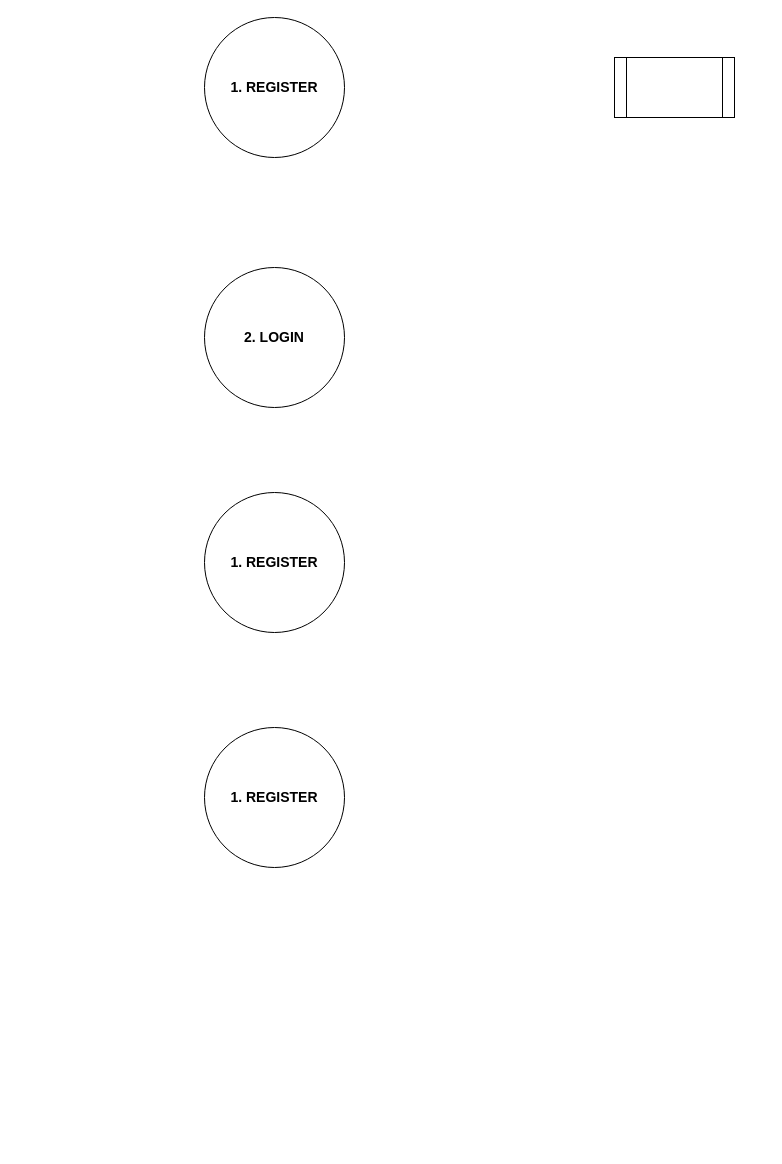
ahmadavrizal/Avrizal keeps this draw.io diagram as Diagram2.drawio. Above is the earlier version. Source tidied: cells renumbered, new cells numbered last; positions are measured from the earlier drawing's top-left corner, leaving out a move shared by most shapes. Both pictures are drawn from the tidied source at 100%, with x=0, y=0 at pixel (204, 17).
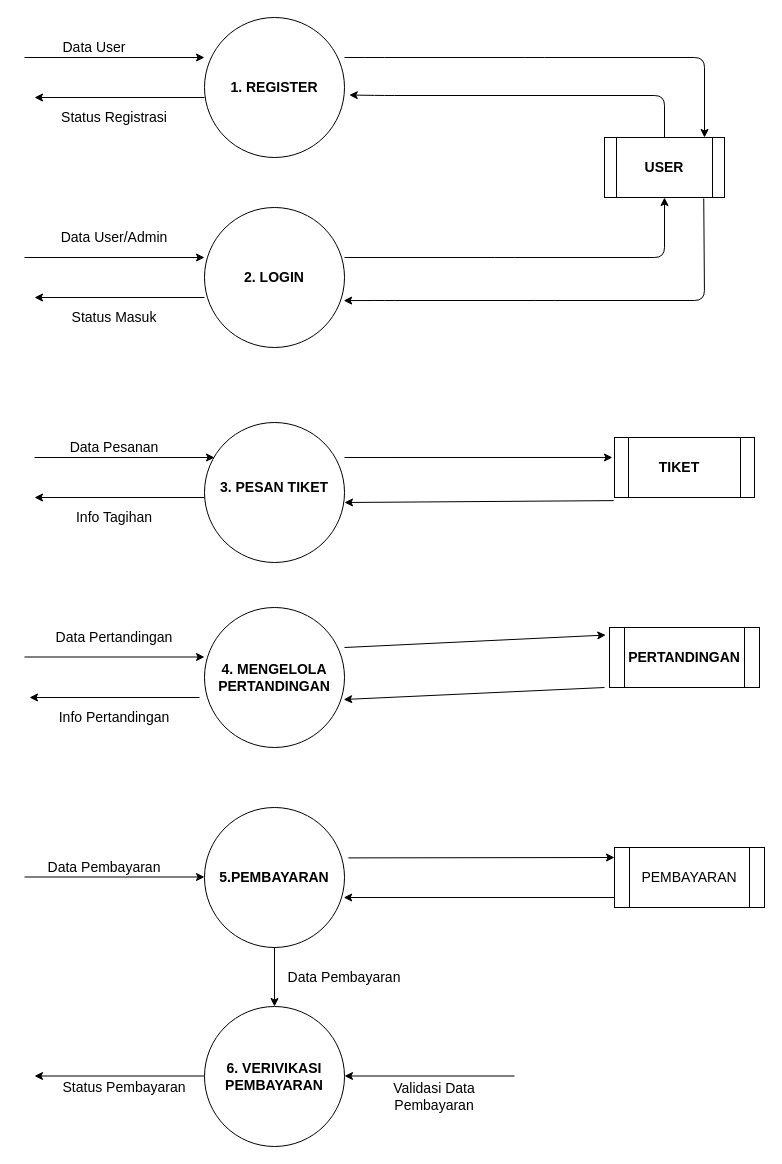
The same page after the edit.

Unchanged cells that the change refers to:
```xml
<mxCell id="7" value="1. REGISTER" style="text;html=1;strokeColor=none;fillColor=none;align=center;verticalAlign=middle;whiteSpace=wrap;rounded=0;fontSize=14;fontStyle=1;" parent="1" vertex="1">
  <mxGeometry y="40" width="140" height="60" as="geometry" />
</mxCell>
```

What changed in the source:
```diff
@@
     <mxCell id="3" style="shape=process;whiteSpace=wrap;html=1;backgroundOutline=1;" parent="1" vertex="1">
-      <mxGeometry x="410" y="40" width="120" height="60" as="geometry" />
+      <mxGeometry x="400" y="120" width="120" height="60" as="geometry" />
     </mxCell>
     <mxCell id="4" style="ellipse;whiteSpace=wrap;html=1;" parent="1" vertex="1">
-      <mxGeometry y="250" width="140" height="140" as="geometry" />
+      <mxGeometry y="190" width="140" height="140" as="geometry" />
     </mxCell>
     <mxCell id="5" style="ellipse;whiteSpace=wrap;html=1;" parent="1" vertex="1">
-      <mxGeometry y="475" width="140" height="140" as="geometry" />
+      <mxGeometry y="405" width="140" height="140" as="geometry" />
     </mxCell>
     <mxCell id="6" style="ellipse;whiteSpace=wrap;html=1;" parent="1" vertex="1">
-      <mxGeometry y="710" width="140" height="140" as="geometry" />
+      <mxGeometry y="590" width="140" height="140" as="geometry" />
     </mxCell>
@@
     <mxCell id="8" value="2. LOGIN" style="text;html=1;strokeColor=none;fillColor=none;align=center;verticalAlign=middle;whiteSpace=wrap;rounded=0;fontSize=14;fontStyle=1;" parent="1" vertex="1">
-      <mxGeometry y="290" width="140" height="60" as="geometry" />
+      <mxGeometry y="230" width="140" height="60" as="geometry" />
     </mxCell>
-    <mxCell id="9" value="1. REGISTER" style="text;html=1;strokeColor=none;fillColor=none;align=center;verticalAlign=middle;whiteSpace=wrap;rounded=0;fontSize=14;fontStyle=1;" parent="1" vertex="1">
-      <mxGeometry y="515" width="140" height="60" as="geometry" />
+    <mxCell id="9" value="3. PESAN TIKET" style="text;html=1;strokeColor=none;fillColor=none;align=center;verticalAlign=middle;whiteSpace=wrap;rounded=0;fontSize=14;fontStyle=1;" parent="1" vertex="1">
+      <mxGeometry y="440" width="140" height="60" as="geometry" />
     </mxCell>
-    <mxCell id="10" value="1. REGISTER" style="text;html=1;strokeColor=none;fillColor=none;align=center;verticalAlign=middle;whiteSpace=wrap;rounded=0;fontSize=14;fontStyle=1;" parent="1" vertex="1">
-      <mxGeometry y="750" width="140" height="60" as="geometry" />
+    <mxCell id="10" value="4. MENGELOLA&lt;br&gt;PERTANDINGAN" style="text;html=1;strokeColor=none;fillColor=none;align=center;verticalAlign=middle;whiteSpace=wrap;rounded=0;fontSize=14;fontStyle=1;" parent="1" vertex="1">
+      <mxGeometry y="630" width="140" height="60" as="geometry" />
     </mxCell>
+    <mxCell id="11" style="endArrow=classic;html=1;exitX=1;exitY=0;exitDx=0;exitDy=0;" parent="1" edge="1" source="7">
+      <mxGeometry relative="1" as="geometry">
+        <mxPoint x="500" y="120" as="targetPoint" />
+        <Array as="points">
+          <mxPoint x="170" y="40" />
+          <mxPoint x="330" y="40" />
+          <mxPoint x="500" y="40" />
+        </Array>
+      </mxGeometry>
+    </mxCell>
+    <mxCell id="12" style="endArrow=classic;html=1;entryX=1.034;entryY=0.626;entryDx=0;entryDy=0;entryPerimeter=0;" parent="1" edge="1" target="7">
+      <mxGeometry relative="1" as="geometry">
+        <mxPoint x="460" y="120" as="sourcePoint" />
+        <Array as="points">
+          <mxPoint x="460" y="78" />
+          <mxPoint x="180" y="78" />
+        </Array>
+      </mxGeometry>
+    </mxCell>
+    <mxCell id="13" style="endArrow=classic;html=1;entryX=0.5;entryY=1;entryDx=0;entryDy=0;" parent="1" edge="1" target="3">
+      <mxGeometry relative="1" as="geometry">
+        <mxPoint x="140" y="240" as="sourcePoint" />
+        <Array as="points">
+          <mxPoint x="300" y="240" />
+          <mxPoint x="460" y="240" />
+        </Array>
+      </mxGeometry>
+    </mxCell>
+    <mxCell id="14" style="endArrow=classic;html=1;entryX=0.994;entryY=0.665;entryDx=0;entryDy=0;entryPerimeter=0;exitX=0.827;exitY=1.015;exitDx=0;exitDy=0;exitPerimeter=0;" parent="1" edge="1" source="3" target="4">
+      <mxGeometry relative="1" as="geometry">
+        <Array as="points">
+          <mxPoint x="500" y="283" />
+          <mxPoint x="340" y="283" />
+          <mxPoint x="180" y="283" />
+        </Array>
+      </mxGeometry>
+    </mxCell>
+    <mxCell id="15" style="endArrow=classic;html=1;fontSize=14;entryX=0;entryY=0;entryDx=0;entryDy=0;" parent="1" edge="1" target="7">
+      <mxGeometry relative="1" as="geometry">
+        <mxPoint x="-180" y="40" as="sourcePoint" />
+      </mxGeometry>
+    </mxCell>
+    <mxCell id="16" style="endArrow=classic;html=1;fontSize=14;" parent="1" edge="1">
+      <mxGeometry relative="1" as="geometry">
+        <mxPoint y="80" as="sourcePoint" />
+        <mxPoint x="-170" y="80" as="targetPoint" />
+      </mxGeometry>
+    </mxCell>
+    <mxCell id="17" style="endArrow=classic;html=1;fontSize=14;" parent="1" edge="1">
+      <mxGeometry relative="1" as="geometry">
+        <mxPoint x="-5" y="680" as="sourcePoint" />
+        <mxPoint x="-175" y="680" as="targetPoint" />
+      </mxGeometry>
+    </mxCell>
+    <mxCell id="18" style="endArrow=classic;html=1;fontSize=14;" parent="1" edge="1">
+      <mxGeometry relative="1" as="geometry">
+        <mxPoint y="480" as="sourcePoint" />
+        <mxPoint x="-170" y="480" as="targetPoint" />
+      </mxGeometry>
+    </mxCell>
+    <mxCell id="19" style="endArrow=classic;html=1;fontSize=14;" parent="1" edge="1">
+      <mxGeometry relative="1" as="geometry">
+        <mxPoint y="280" as="sourcePoint" />
+        <mxPoint x="-170" y="280" as="targetPoint" />
+      </mxGeometry>
+    </mxCell>
+    <mxCell id="20" style="endArrow=classic;html=1;fontSize=14;entryX=0;entryY=0;entryDx=0;entryDy=0;" parent="1" edge="1">
+      <mxGeometry relative="1" as="geometry">
+        <mxPoint x="-170" y="440" as="sourcePoint" />
+        <mxPoint x="10" y="440" as="targetPoint" />
+      </mxGeometry>
+    </mxCell>
+    <mxCell id="21" style="endArrow=classic;html=1;fontSize=14;entryX=0;entryY=0;entryDx=0;entryDy=0;" parent="1" edge="1">
+      <mxGeometry relative="1" as="geometry">
+        <mxPoint x="-180" y="639.5" as="sourcePoint" />
+        <mxPoint y="639.5" as="targetPoint" />
+      </mxGeometry>
+    </mxCell>
+    <mxCell id="22" style="endArrow=classic;html=1;fontSize=14;entryX=0;entryY=0;entryDx=0;entryDy=0;" parent="1" edge="1">
+      <mxGeometry relative="1" as="geometry">
+        <mxPoint x="-180" y="240" as="sourcePoint" />
+        <mxPoint y="240" as="targetPoint" />
+      </mxGeometry>
+    </mxCell>
+    <mxCell id="23" style="shape=process;whiteSpace=wrap;html=1;backgroundOutline=1;" parent="1" vertex="1">
+      <mxGeometry x="405" y="610" width="150" height="60" as="geometry" />
+    </mxCell>
+    <mxCell id="24" style="shape=process;whiteSpace=wrap;html=1;backgroundOutline=1;" parent="1" vertex="1">
+      <mxGeometry x="410" y="420" width="140" height="60" as="geometry" />
+    </mxCell>
+    <mxCell id="25" style="endArrow=classic;html=1;fontSize=14;entryX=-0.025;entryY=0.126;entryDx=0;entryDy=0;entryPerimeter=0;exitX=1;exitY=0;exitDx=0;exitDy=0;" parent="1" edge="1" source="10" target="23">
+      <mxGeometry relative="1" as="geometry" />
+    </mxCell>
+    <mxCell id="26" style="endArrow=classic;html=1;fontSize=14;exitX=1;exitY=0;exitDx=0;exitDy=0;entryX=0.053;entryY=0.333;entryDx=0;entryDy=0;entryPerimeter=0;" parent="1" edge="1" source="9" target="30">
+      <mxGeometry relative="1" as="geometry" />
+    </mxCell>
+    <mxCell id="27" style="endArrow=classic;html=1;fontSize=14;entryX=0.994;entryY=0.867;entryDx=0;entryDy=0;entryPerimeter=0;" parent="1" edge="1" target="10">
+      <mxGeometry relative="1" as="geometry">
+        <mxPoint x="400" y="670" as="sourcePoint" />
+      </mxGeometry>
+    </mxCell>
+    <mxCell id="28" style="endArrow=classic;html=1;fontSize=14;entryX=1;entryY=0.75;entryDx=0;entryDy=0;exitX=0.062;exitY=1.052;exitDx=0;exitDy=0;exitPerimeter=0;" parent="1" edge="1" source="30" target="9">
+      <mxGeometry relative="1" as="geometry" />
+    </mxCell>
+    <mxCell id="29" value="PERTANDINGAN" style="text;html=1;strokeColor=none;fillColor=none;align=center;verticalAlign=middle;whiteSpace=wrap;rounded=0;fontSize=14;fontStyle=1;" parent="1" vertex="1">
+      <mxGeometry x="430" y="625" width="100" height="30" as="geometry" />
+    </mxCell>
+    <mxCell id="30" value="TIKET" style="text;html=1;strokeColor=none;fillColor=none;align=center;verticalAlign=middle;whiteSpace=wrap;rounded=0;fontSize=14;fontStyle=1;" parent="1" vertex="1">
+      <mxGeometry x="400" y="420" width="150" height="60" as="geometry" />
+    </mxCell>
+    <mxCell id="31" value="USER" style="text;html=1;strokeColor=none;fillColor=none;align=center;verticalAlign=middle;whiteSpace=wrap;rounded=0;fontSize=14;fontStyle=1;" parent="1" vertex="1">
+      <mxGeometry x="390" y="120" width="140" height="60" as="geometry" />
+    </mxCell>
+    <mxCell id="32" value="Data User" style="text;html=1;strokeColor=none;fillColor=none;align=center;verticalAlign=middle;whiteSpace=wrap;rounded=0;fontSize=14;" parent="1" vertex="1">
+      <mxGeometry x="-180" y="20" width="140" height="20" as="geometry" />
+    </mxCell>
+    <mxCell id="33" value="Status Registrasi" style="text;html=1;strokeColor=none;fillColor=none;align=center;verticalAlign=middle;whiteSpace=wrap;rounded=0;fontSize=14;" parent="1" vertex="1">
+      <mxGeometry x="-160" y="90" width="140" height="20" as="geometry" />
+    </mxCell>
+    <mxCell id="34" value="Status Masuk" style="text;html=1;strokeColor=none;fillColor=none;align=center;verticalAlign=middle;whiteSpace=wrap;rounded=0;fontSize=14;" parent="1" vertex="1">
+      <mxGeometry x="-160" y="290" width="140" height="20" as="geometry" />
+    </mxCell>
+    <mxCell id="35" value="Data User/Admin" style="text;html=1;strokeColor=none;fillColor=none;align=center;verticalAlign=middle;whiteSpace=wrap;rounded=0;fontSize=14;" parent="1" vertex="1">
+      <mxGeometry x="-160" y="210" width="140" height="20" as="geometry" />
+    </mxCell>
+    <mxCell id="36" value="Info Tagihan" style="text;html=1;strokeColor=none;fillColor=none;align=center;verticalAlign=middle;whiteSpace=wrap;rounded=0;fontSize=14;" parent="1" vertex="1">
+      <mxGeometry x="-160" y="490" width="140" height="20" as="geometry" />
+    </mxCell>
+    <mxCell id="37" value="Data Pesanan" style="text;html=1;strokeColor=none;fillColor=none;align=center;verticalAlign=middle;whiteSpace=wrap;rounded=0;fontSize=14;" parent="1" vertex="1">
+      <mxGeometry x="-160" y="420" width="140" height="20" as="geometry" />
+    </mxCell>
+    <mxCell id="38" value="Info Pertandingan" style="text;html=1;strokeColor=none;fillColor=none;align=center;verticalAlign=middle;whiteSpace=wrap;rounded=0;fontSize=14;" parent="1" vertex="1">
+      <mxGeometry x="-160" y="690" width="140" height="20" as="geometry" />
+    </mxCell>
+    <mxCell id="39" value="Data Pertandingan" style="text;html=1;strokeColor=none;fillColor=none;align=center;verticalAlign=middle;whiteSpace=wrap;rounded=0;fontSize=14;" parent="1" vertex="1">
+      <mxGeometry x="-160" y="610" width="140" height="20" as="geometry" />
+    </mxCell>
+    <mxCell id="40" style="ellipse;whiteSpace=wrap;html=1;" parent="1" vertex="1">
+      <mxGeometry y="989" width="140" height="140" as="geometry" />
+    </mxCell>
+    <mxCell id="41" style="ellipse;whiteSpace=wrap;html=1;" parent="1" vertex="1">
+      <mxGeometry y="790" width="140" height="140" as="geometry" />
+    </mxCell>
+    <mxCell id="42" style="endArrow=classic;html=1;entryX=0.5;entryY=0;entryDx=0;entryDy=0;exitX=0.5;exitY=1;exitDx=0;exitDy=0;" parent="1" edge="1" source="41" target="40">
+      <mxGeometry relative="1" as="geometry" />
+    </mxCell>
+    <mxCell id="43" style="shape=process;whiteSpace=wrap;html=1;backgroundOutline=1;" parent="1" vertex="1">
+      <mxGeometry x="410" y="830" width="150" height="60" as="geometry" />
+    </mxCell>
+    <mxCell id="44" style="endArrow=classic;html=1;fontSize=14;entryX=-0.025;entryY=0.126;entryDx=0;entryDy=0;entryPerimeter=0;" parent="1" edge="1">
+      <mxGeometry relative="1" as="geometry">
+        <mxPoint x="143.8" y="840.4" as="sourcePoint" />
+        <mxPoint x="410" y="840" as="targetPoint" />
+      </mxGeometry>
+    </mxCell>
+    <mxCell id="45" style="endArrow=classic;html=1;fontSize=14;entryX=0.994;entryY=0.867;entryDx=0;entryDy=0;entryPerimeter=0;" parent="1" edge="1">
+      <mxGeometry relative="1" as="geometry">
+        <mxPoint x="410" y="880" as="sourcePoint" />
+        <mxPoint x="139.2" y="880" as="targetPoint" />
+      </mxGeometry>
+    </mxCell>
+    <mxCell id="46" style="endArrow=classic;html=1;fontSize=14;entryX=0;entryY=0;entryDx=0;entryDy=0;" parent="1" edge="1">
+      <mxGeometry relative="1" as="geometry">
+        <mxPoint x="-180" y="859.5" as="sourcePoint" />
+        <mxPoint y="859.5" as="targetPoint" />
+      </mxGeometry>
+    </mxCell>
+    <mxCell id="47" style="endArrow=classic;html=1;fontSize=14;" parent="1" edge="1">
+      <mxGeometry relative="1" as="geometry">
+        <mxPoint x="310" y="1058.5" as="sourcePoint" />
+        <mxPoint x="140" y="1058.5" as="targetPoint" />
+      </mxGeometry>
+    </mxCell>
+    <mxCell id="48" style="endArrow=classic;html=1;fontSize=14;" parent="1" edge="1">
+      <mxGeometry relative="1" as="geometry">
+        <mxPoint y="1058.5" as="sourcePoint" />
+        <mxPoint x="-170" y="1058.5" as="targetPoint" />
+      </mxGeometry>
+    </mxCell>
+    <mxCell id="49" value="6. VERIVIKASI&lt;br&gt;PEMBAYARAN" style="text;html=1;strokeColor=none;fillColor=none;align=center;verticalAlign=middle;whiteSpace=wrap;rounded=0;fontSize=14;fontStyle=1;" parent="1" vertex="1">
+      <mxGeometry y="1029" width="140" height="60" as="geometry" />
+    </mxCell>
+    <mxCell id="50" value="5.PEMBAYARAN" style="text;html=1;strokeColor=none;fillColor=none;align=center;verticalAlign=middle;whiteSpace=wrap;rounded=0;fontSize=14;fontStyle=1;" parent="1" vertex="1">
+      <mxGeometry y="830" width="140" height="60" as="geometry" />
+    </mxCell>
+    <mxCell id="51" value="Data Pembayaran" style="text;html=1;strokeColor=none;fillColor=none;align=center;verticalAlign=middle;whiteSpace=wrap;rounded=0;fontSize=14;" parent="1" vertex="1">
+      <mxGeometry x="70" y="950" width="140" height="20" as="geometry" />
+    </mxCell>
+    <mxCell id="52" value="Data Pembayaran" style="text;html=1;strokeColor=none;fillColor=none;align=center;verticalAlign=middle;whiteSpace=wrap;rounded=0;fontSize=14;" parent="1" vertex="1">
+      <mxGeometry x="-170" y="840" width="140" height="20" as="geometry" />
+    </mxCell>
+    <mxCell id="53" value="Status Pembayaran" style="text;html=1;strokeColor=none;fillColor=none;align=center;verticalAlign=middle;whiteSpace=wrap;rounded=0;fontSize=14;" parent="1" vertex="1">
+      <mxGeometry x="-150" y="1060" width="140" height="20" as="geometry" />
+    </mxCell>
+    <mxCell id="54" value="Validasi Data&lt;br&gt;Pembayaran" style="text;html=1;strokeColor=none;fillColor=none;align=center;verticalAlign=middle;whiteSpace=wrap;rounded=0;fontSize=14;" parent="1" vertex="1">
+      <mxGeometry x="160" y="1069" width="140" height="20" as="geometry" />
+    </mxCell>
+    <mxCell id="55" value="PEMBAYARAN" style="text;html=1;strokeColor=none;fillColor=none;align=center;verticalAlign=middle;whiteSpace=wrap;rounded=0;fontSize=14;" parent="1" vertex="1">
+      <mxGeometry x="415" y="850" width="140" height="20" as="geometry" />
+    </mxCell>
```
